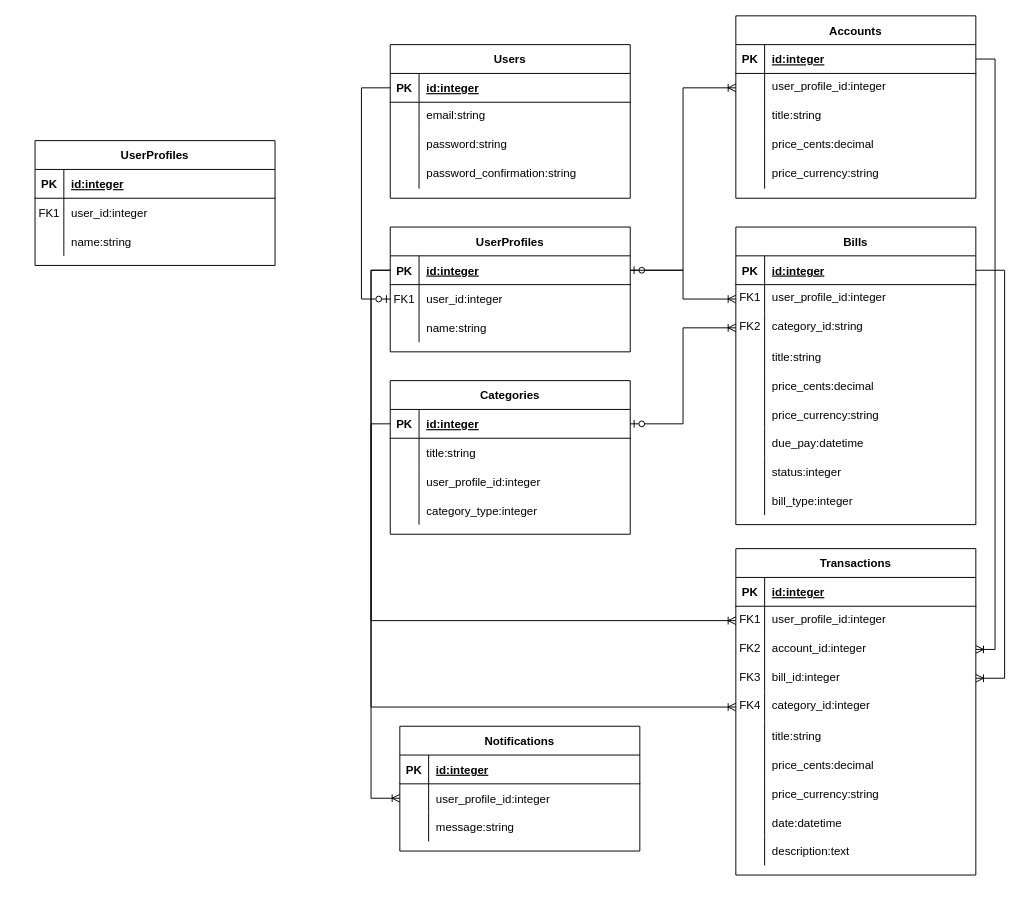
Before: page "Web Money" (1 of 4) of Modelagem - Web Money.drawio in angelianosousa/web_money, a draw.io diagram. Source tidied: cells renumbered, new cells numbered last; positions are measured from the earlier drawing's top-left corner, leaving out a move shared by most shapes. Both pictures are drawn from the tidied source at 96%, with x=0, y=0 at pixel (35, 15).
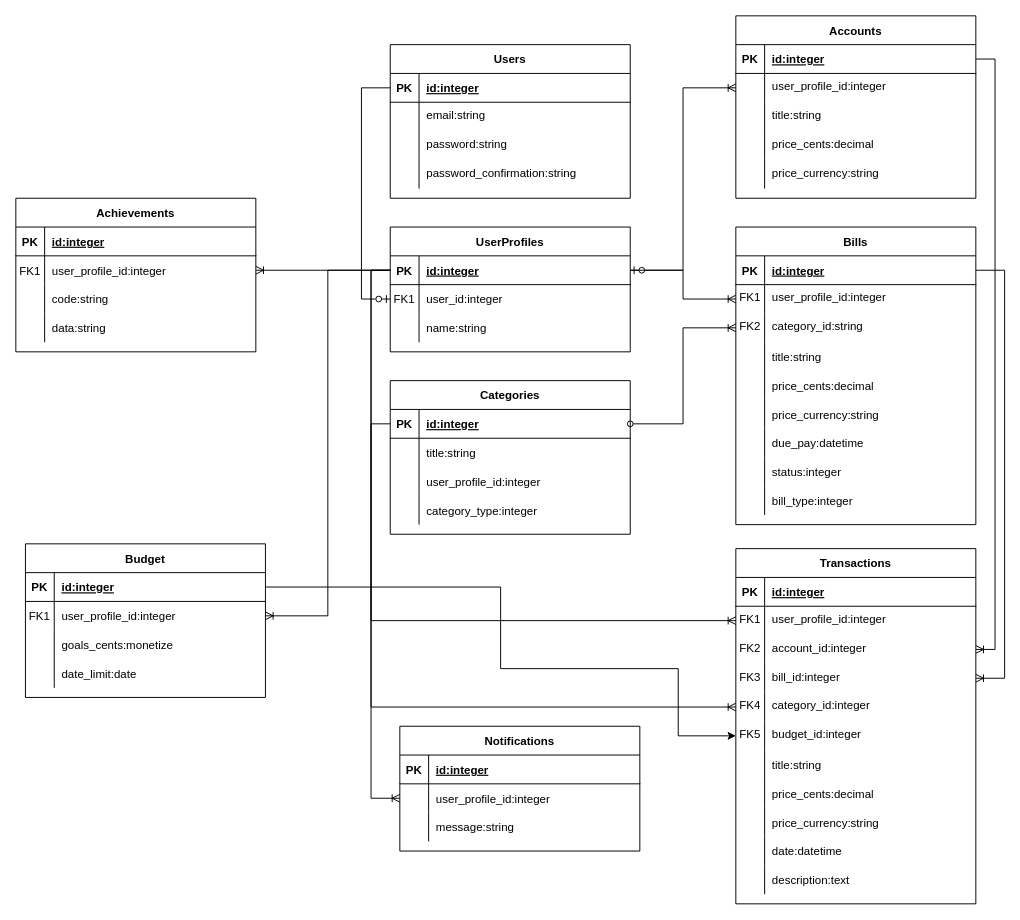
Above is the later version.

Unchanged cells that the change refers to:
```xml
<mxCell id="3" style="shape=partialRectangle;fillColor=none;points=[[0,0.5],[1,0.5]];portConstraint=eastwest;top=0;left=0;right=0;bottom=1;" parent="2" vertex="1">
  <mxGeometry y="30" width="250" height="30" as="geometry" />
</mxCell>
<mxCell id="63" style="shape=partialRectangle;fillColor=none;points=[[0,0.5],[1,0.5]];portConstraint=eastwest;top=0;left=0;right=0;bottom=0;" parent="56" vertex="1">
  <mxGeometry y="90" width="250" height="30" as="geometry" />
</mxCell>
<mxCell id="86" style="shape=partialRectangle;fillColor=none;points=[[0,0.5],[1,0.5]];portConstraint=eastwest;top=0;left=0;right=0;bottom=1;" parent="85" vertex="1">
  <mxGeometry y="30" width="250" height="30" as="geometry" />
</mxCell>
<mxCell id="133" style="shape=partialRectangle;fillColor=none;points=[[0,0.5],[1,0.5]];portConstraint=eastwest;top=0;left=0;right=0;bottom=1;" parent="132" vertex="1">
  <mxGeometry y="30" width="250" height="30" as="geometry" />
</mxCell>
<mxCell id="139" style="shape=partialRectangle;fillColor=none;top=0;left=0;right=0;bottom=0;" parent="132" vertex="1">
  <mxGeometry y="90" width="250" height="30" as="geometry" />
</mxCell>
```

The edit, as a diff of the source:
```diff
@@
     <mxCell id="25" value="Transactions" style="shape=table;startSize=30;childLayout=tableLayout;rowLines=0;fontStyle=1;align=center;" parent="1" vertex="1">
-      <mxGeometry x="730" y="555" width="250" height="340" as="geometry" />
+      <mxGeometry x="730" y="555" width="250" height="370" as="geometry" />
     </mxCell>
@@
+    <mxCell id="142" style="shape=partialRectangle;fillColor=none;points=[[0,0.5],[1,0.5]];portConstraint=eastwest;top=0;left=0;right=0;bottom=0;" parent="25" vertex="1">
+      <mxGeometry y="180" width="250" height="30" as="geometry" />
+    </mxCell>
+    <mxCell id="143" value="FK5" style="shape=partialRectangle;overflow=hidden;fillColor=none;top=0;left=0;bottom=0;right=0;verticalAlign=top;" parent="142" vertex="1">
+      <mxGeometry width="30" height="30" as="geometry" />
+    </mxCell>
+    <mxCell id="144" value="budget_id:integer" style="shape=partialRectangle;overflow=hidden;fillColor=none;top=0;left=0;bottom=0;right=0;align=left;spacingLeft=6;verticalAlign=top;" parent="142" vertex="1">
+      <mxGeometry x="30" width="220" height="30" as="geometry" />
+    </mxCell>
     <mxCell id="41" style="shape=tableRow;horizontal=0;startSize=0;swimlaneHead=0;swimlaneBody=0;fillColor=none;top=0;left=0;right=0;bottom=0;labelBackgroundColor=none;strokeColor=default;" parent="25" vertex="1">
-      <mxGeometry y="180" width="250" height="30" as="geometry" />
+      <mxGeometry y="210" width="250" height="30" as="geometry" />
     </mxCell>
@@
     <mxCell id="44" style="shape=tableRow;horizontal=0;startSize=0;swimlaneHead=0;swimlaneBody=0;fillColor=none;top=0;left=0;right=0;bottom=0;labelBackgroundColor=none;strokeColor=default;" parent="25" vertex="1">
-      <mxGeometry y="210" width="250" height="30" as="geometry" />
+      <mxGeometry y="240" width="250" height="30" as="geometry" />
     </mxCell>
@@
     <mxCell id="47" style="shape=tableRow;horizontal=0;startSize=0;swimlaneHead=0;swimlaneBody=0;fillColor=none;top=0;left=0;right=0;bottom=0;labelBackgroundColor=none;strokeColor=default;" parent="25" vertex="1">
-      <mxGeometry y="240" width="250" height="30" as="geometry" />
+      <mxGeometry y="270" width="250" height="30" as="geometry" />
     </mxCell>
@@
     <mxCell id="50" style="shape=tableRow;horizontal=0;startSize=0;swimlaneHead=0;swimlaneBody=0;fillColor=none;top=0;left=0;right=0;bottom=0;labelBackgroundColor=none;strokeColor=default;" parent="25" vertex="1">
-      <mxGeometry y="270" width="250" height="30" as="geometry" />
+      <mxGeometry y="300" width="250" height="30" as="geometry" />
     </mxCell>
@@
     <mxCell id="53" style="shape=tableRow;horizontal=0;startSize=0;swimlaneHead=0;swimlaneBody=0;fillColor=none;top=0;left=0;right=0;bottom=0;labelBackgroundColor=none;strokeColor=default;" parent="25" vertex="1">
-      <mxGeometry y="300" width="250" height="30" as="geometry" />
+      <mxGeometry y="330" width="250" height="30" as="geometry" />
     </mxCell>
@@
-    <mxCell id="98" style="edgeStyle=orthogonalEdgeStyle;fontSize=12;html=1;endArrow=ERoneToMany;startArrow=ERzeroToOne;rounded=0;elbow=vertical;exitX=1;exitY=0.5;exitDx=0;exitDy=0;entryX=0;entryY=0.5;entryDx=0;entryDy=0;" parent="1" edge="1" source="86" target="63">
+    <mxCell id="98" style="edgeStyle=orthogonalEdgeStyle;fontSize=12;html=1;endArrow=ERoneToMany;startArrow=oval;rounded=0;elbow=vertical;exitX=1;exitY=0.5;exitDx=0;exitDy=0;entryX=0;entryY=0.5;entryDx=0;entryDy=0;startFill=0;" parent="1" edge="1" source="86" target="63">
       <mxGeometry relative="1" as="geometry" />
     </mxCell>
@@
-    <mxCell id="132" value="UserProfiles" style="shape=table;startSize=30;childLayout=tableLayout;rowLines=0;fontStyle=1;align=center;" parent="1" vertex="1">
-      <mxGeometry y="130" width="250" height="130" as="geometry" />
+    <mxCell id="132" value="Budget" style="shape=table;startSize=30;childLayout=tableLayout;rowLines=0;fontStyle=1;align=center;labelBackgroundColor=none;labelBorderColor=none;fontColor=default;" parent="1" vertex="1">
+      <mxGeometry x="-10" y="550" width="250" height="160" as="geometry" />
     </mxCell>
@@
-    <mxCell id="136" style="shape=partialRectangle;fillColor=none;top=0;left=0;right=0;bottom=0;" parent="132" vertex="1">
-      <mxGeometry y="60" width="250" height="30" as="geometry" />
-    </mxCell>
-    <mxCell id="137" value="FK1" style="shape=partialRectangle;overflow=hidden;fillColor=none;top=0;left=0;bottom=0;right=0;" parent="136" vertex="1">
-      <mxGeometry width="30" height="30" as="geometry" />
-    </mxCell>
-    <mxCell id="138" value="user_id:integer" style="shape=partialRectangle;overflow=hidden;fillColor=none;top=0;left=0;bottom=0;right=0;align=left;spacingLeft=6;" parent="136" vertex="1">
-      <mxGeometry x="30" width="220" height="30" as="geometry" />
-    </mxCell>
+    <mxCell id="145" style="shape=partialRectangle;fillColor=none;points=[[0,0.5],[1,0.5]];portConstraint=eastwest;top=0;left=0;right=0;bottom=0;" parent="132" vertex="1">
+      <mxGeometry y="60" width="250" height="30" as="geometry" />
+    </mxCell>
+    <mxCell id="146" value="FK1" style="shape=partialRectangle;overflow=hidden;fillColor=none;top=0;left=0;bottom=0;right=0;" parent="145" vertex="1">
+      <mxGeometry width="30" height="30" as="geometry" />
+    </mxCell>
+    <mxCell id="147" value="user_profile_id:integer" style="shape=partialRectangle;overflow=hidden;fillColor=none;top=0;left=0;bottom=0;right=0;align=left;spacingLeft=6;" parent="145" vertex="1">
+      <mxGeometry x="30" width="220" height="30" as="geometry" />
+    </mxCell>
@@
-    <mxCell id="141" value="name:string" style="shape=partialRectangle;overflow=hidden;fillColor=none;top=0;left=0;bottom=0;right=0;align=left;spacingLeft=6;" parent="139" vertex="1">
+    <mxCell id="141" value="goals_cents:monetize" style="shape=partialRectangle;overflow=hidden;fillColor=none;top=0;left=0;bottom=0;right=0;align=left;spacingLeft=6;" parent="139" vertex="1">
       <mxGeometry x="30" width="220" height="30" as="geometry" />
     </mxCell>
+    <mxCell id="148" style="shape=partialRectangle;fillColor=none;top=0;left=0;right=0;bottom=0;" parent="132" vertex="1">
+      <mxGeometry y="120" width="250" height="30" as="geometry" />
+    </mxCell>
+    <mxCell id="149" style="shape=partialRectangle;overflow=hidden;fillColor=none;top=0;left=0;bottom=0;right=0;" parent="148" vertex="1">
+      <mxGeometry width="30" height="30" as="geometry" />
+    </mxCell>
+    <mxCell id="150" value="date_limit:date" style="shape=partialRectangle;overflow=hidden;fillColor=none;top=0;left=0;bottom=0;right=0;align=left;spacingLeft=6;" parent="148" vertex="1">
+      <mxGeometry x="30" width="220" height="30" as="geometry" />
+    </mxCell>
+    <mxCell id="151" value="Achievements" style="shape=table;startSize=30;childLayout=tableLayout;rowLines=0;fontStyle=1;align=center;" parent="1" vertex="1">
+      <mxGeometry x="-20" y="190" width="250" height="160" as="geometry" />
+    </mxCell>
+    <mxCell id="152" style="shape=partialRectangle;fillColor=none;top=0;left=0;right=0;bottom=1;" parent="151" vertex="1">
+      <mxGeometry y="30" width="250" height="30" as="geometry" />
+    </mxCell>
+    <mxCell id="153" value="PK" style="shape=partialRectangle;overflow=hidden;fillColor=none;top=0;left=0;bottom=0;right=0;fontStyle=1;" parent="152" vertex="1">
+      <mxGeometry width="30" height="30" as="geometry" />
+    </mxCell>
+    <mxCell id="154" value="id:integer" style="shape=partialRectangle;overflow=hidden;fillColor=none;top=0;left=0;bottom=0;right=0;align=left;spacingLeft=6;fontStyle=5;" parent="152" vertex="1">
+      <mxGeometry x="30" width="220" height="30" as="geometry" />
+    </mxCell>
+    <mxCell id="155" style="shape=partialRectangle;fillColor=none;points=[[0,0.5],[1,0.5]];portConstraint=eastwest;top=0;left=0;right=0;bottom=0;" parent="151" vertex="1">
+      <mxGeometry y="60" width="250" height="30" as="geometry" />
+    </mxCell>
+    <mxCell id="156" value="FK1" style="shape=partialRectangle;overflow=hidden;fillColor=none;top=0;left=0;bottom=0;right=0;" parent="155" vertex="1">
+      <mxGeometry width="30" height="30" as="geometry" />
+    </mxCell>
+    <mxCell id="157" value="user_profile_id:integer" style="shape=partialRectangle;overflow=hidden;fillColor=none;top=0;left=0;bottom=0;right=0;align=left;spacingLeft=6;" parent="155" vertex="1">
+      <mxGeometry x="30" width="220" height="30" as="geometry" />
+    </mxCell>
+    <mxCell id="158" style="shape=partialRectangle;fillColor=none;top=0;left=0;right=0;bottom=0;" parent="151" vertex="1">
+      <mxGeometry y="90" width="250" height="30" as="geometry" />
+    </mxCell>
+    <mxCell id="159" style="shape=partialRectangle;overflow=hidden;fillColor=none;top=0;left=0;bottom=0;right=0;" parent="158" vertex="1">
+      <mxGeometry width="30" height="30" as="geometry" />
+    </mxCell>
+    <mxCell id="160" value="code:string" style="shape=partialRectangle;overflow=hidden;fillColor=none;top=0;left=0;bottom=0;right=0;align=left;spacingLeft=6;" parent="158" vertex="1">
+      <mxGeometry x="30" width="220" height="30" as="geometry" />
+    </mxCell>
+    <mxCell id="161" style="shape=partialRectangle;fillColor=none;top=0;left=0;right=0;bottom=0;" parent="151" vertex="1">
+      <mxGeometry y="120" width="250" height="30" as="geometry" />
+    </mxCell>
+    <mxCell id="162" style="shape=partialRectangle;overflow=hidden;fillColor=none;top=0;left=0;bottom=0;right=0;" parent="161" vertex="1">
+      <mxGeometry width="30" height="30" as="geometry" />
+    </mxCell>
+    <mxCell id="163" value="data:string" style="shape=partialRectangle;overflow=hidden;fillColor=none;top=0;left=0;bottom=0;right=0;align=left;spacingLeft=6;" parent="161" vertex="1">
+      <mxGeometry x="30" width="220" height="30" as="geometry" />
+    </mxCell>
+    <mxCell id="164" style="edgeStyle=orthogonalEdgeStyle;rounded=0;jettySize=auto;html=1;exitX=0;exitY=0.5;exitDx=0;exitDy=0;entryX=1;entryY=0.5;entryDx=0;entryDy=0;endArrow=ERoneToMany;endFill=0;" parent="1" edge="1" source="3" target="155">
+      <mxGeometry relative="1" as="geometry" />
+    </mxCell>
+    <mxCell id="165" style="edgeStyle=orthogonalEdgeStyle;rounded=0;jettySize=auto;html=1;exitX=0;exitY=0.5;exitDx=0;exitDy=0;entryX=1;entryY=0.5;entryDx=0;entryDy=0;endArrow=ERoneToMany;endFill=0;" parent="1" edge="1" source="3" target="145">
+      <mxGeometry relative="1" as="geometry" />
+    </mxCell>
+    <mxCell id="166" style="edgeStyle=orthogonalEdgeStyle;rounded=0;jettySize=auto;html=1;exitX=1;exitY=0.5;exitDx=0;exitDy=0;entryX=0;entryY=0.5;entryDx=0;entryDy=0;" parent="1" edge="1" source="133" target="142">
+      <mxGeometry relative="1" as="geometry">
+        <Array as="points">
+          <mxPoint x="485" y="595" />
+          <mxPoint x="485" y="680" />
+          <mxPoint x="670" y="680" />
+          <mxPoint x="670" y="750" />
+        </Array>
+      </mxGeometry>
+    </mxCell>
```
